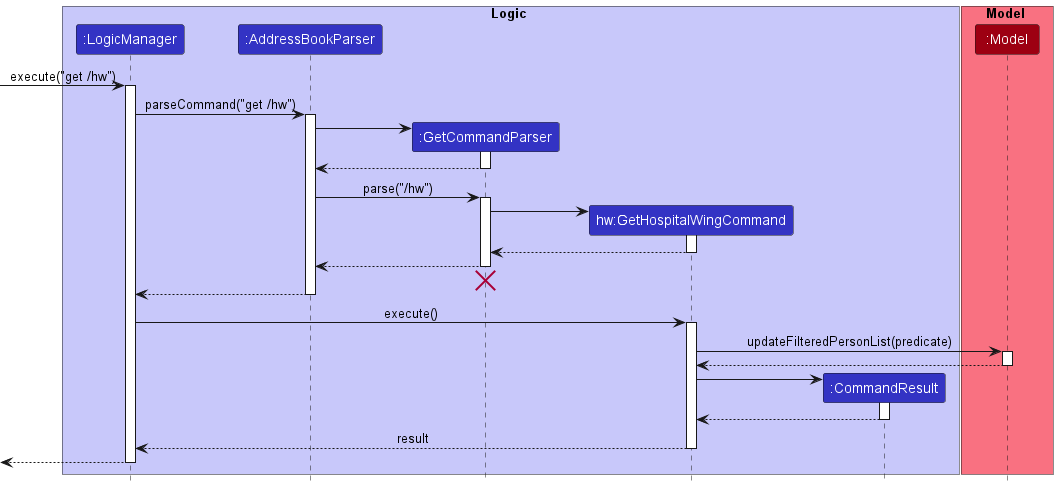
This is docs/images/GetHospitalWingSequenceDiagram.png from nus-cs2103-AY2223S1/tp, a PlantUML export, as it was before one commit. Its diagram source:
```plantuml
@startuml
!include style.puml

box Logic LOGIC_COLOR_T1
participant ":LogicManager" as LogicManager LOGIC_COLOR
participant ":AddressBookParser" as AddressBookParser LOGIC_COLOR
participant ":GetCommandParser" as GetCommandParser LOGIC_COLOR
participant "hw:GetHospitalWingCommand" as GetHospitalWingCommand LOGIC_COLOR
participant ":CommandResult" as CommandResult LOGIC_COLOR
end box

box Model MODEL_COLOR_T1
participant ":Model" as Model MODEL_COLOR
end box

[-> LogicManager : execute("get /hw")
activate LogicManager

LogicManager -> AddressBookParser : parseCommand("get /hw")
activate AddressBookParser

create GetCommandParser
AddressBookParser -> GetCommandParser
activate GetCommandParser

GetCommandParser --> AddressBookParser
deactivate GetCommandParser

AddressBookParser -> GetCommandParser : parse("/hw")
activate GetCommandParser

create GetHospitalWingCommand
GetCommandParser -> GetHospitalWingCommand
activate GetHospitalWingCommand

GetHospitalWingCommand --> GetCommandParser
deactivate GetHospitalWingCommand

GetCommandParser --> AddressBookParser
deactivate GetCommandParser
GetCommandParser -[hidden]-> AddressBookParser
destroy GetCommandParser

AddressBookParser --> LogicManager
deactivate AddressBookParser

LogicManager -> GetHospitalWingCommand : execute()
activate GetHospitalWingCommand

GetHospitalWingCommand -> Model : updateFilteredPersonList(predicate)
activate Model

Model --> GetHospitalWingCommand
deactivate Model

create CommandResult
GetHospitalWingCommand -> CommandResult
activate CommandResult

CommandResult --> GetHospitalWingCommand
deactivate CommandResult

GetHospitalWingCommand --> LogicManager : result
deactivate GetHospitalWingCommand

[<--LogicManager
deactivate LogicManager
@enduml
```
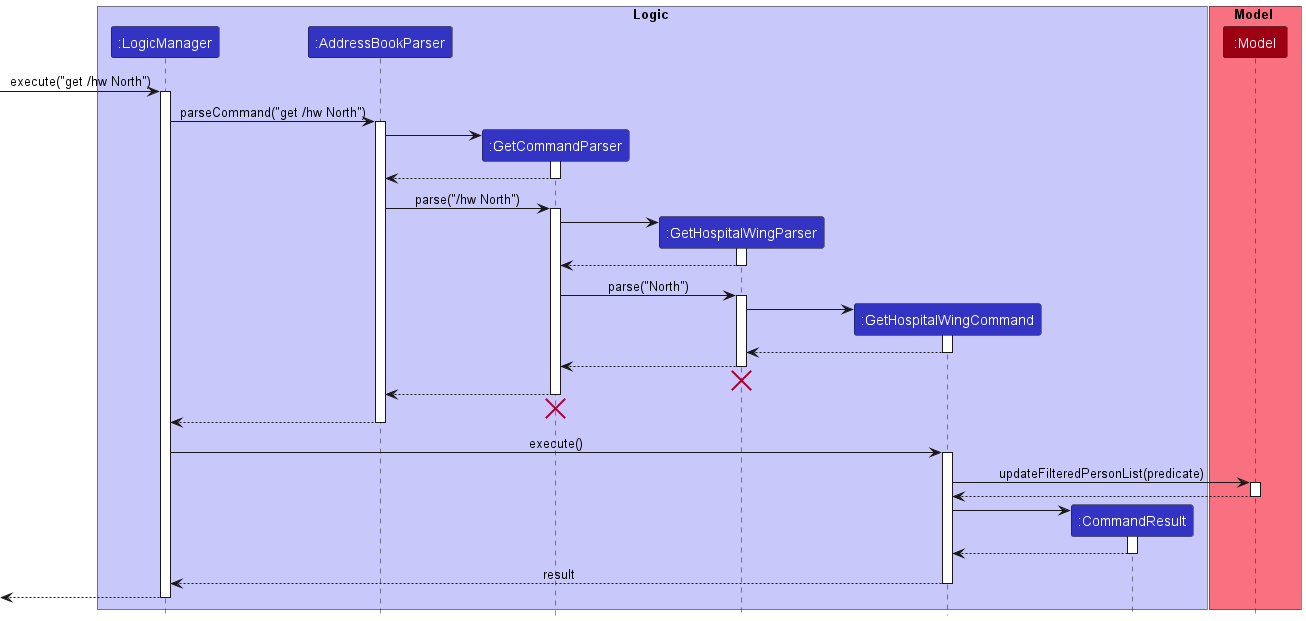
After the commit.

Change to the diagram source:
```diff
@@ -5,7 +5,8 @@
 participant ":LogicManager" as LogicManager LOGIC_COLOR
 participant ":AddressBookParser" as AddressBookParser LOGIC_COLOR
 participant ":GetCommandParser" as GetCommandParser LOGIC_COLOR
-participant "hw:GetHospitalWingCommand" as GetHospitalWingCommand LOGIC_COLOR
+participant ":GetHospitalWingParser" as GetHospitalWingParser LOGIC_COLOR
+participant ":GetHospitalWingCommand" as GetHospitalWingCommand LOGIC_COLOR
 participant ":CommandResult" as CommandResult LOGIC_COLOR
 end box
 
@@ -13,10 +14,10 @@
 participant ":Model" as Model MODEL_COLOR
 end box
 
-[-> LogicManager : execute("get /hw")
+[-> LogicManager : execute("get /hw North")
 activate LogicManager
 
-LogicManager -> AddressBookParser : parseCommand("get /hw")
+LogicManager -> AddressBookParser : parseCommand("get /hw North")
 activate AddressBookParser
 
 create GetCommandParser
@@ -26,15 +27,30 @@
 GetCommandParser --> AddressBookParser
 deactivate GetCommandParser
 
-AddressBookParser -> GetCommandParser : parse("/hw")
+AddressBookParser -> GetCommandParser : parse("/hw North")
 activate GetCommandParser
 
+create GetHospitalWingParser
+GetCommandParser -> GetHospitalWingParser
+activate GetHospitalWingParser
+
+GetHospitalWingParser --> GetCommandParser
+deactivate GetHospitalWingParser
+
+GetCommandParser -> GetHospitalWingParser : parse("North")
+activate GetHospitalWingParser
+
 create GetHospitalWingCommand
-GetCommandParser -> GetHospitalWingCommand
+GetHospitalWingParser -> GetHospitalWingCommand
 activate GetHospitalWingCommand
 
-GetHospitalWingCommand --> GetCommandParser
+GetHospitalWingCommand --> GetHospitalWingParser
 deactivate GetHospitalWingCommand
+
+GetHospitalWingParser --> GetCommandParser
+deactivate GetHospitalWingParser
+GetHospitalWingParser -[hidden]-> GetCommandParser
+destroy GetHospitalWingParser
 
 GetCommandParser --> AddressBookParser
 deactivate GetCommandParser
```
